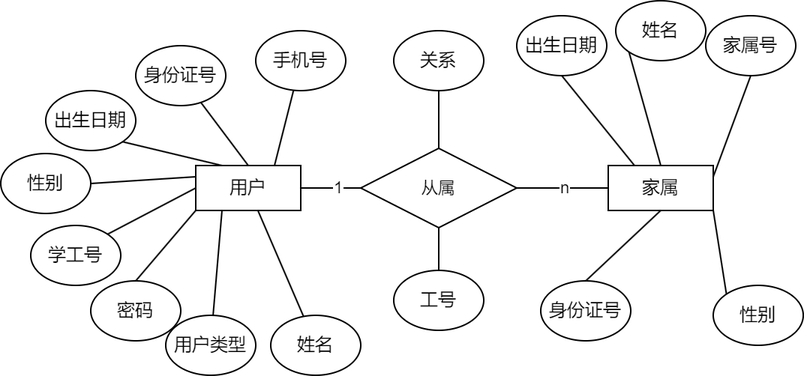
The draw.io diagram docs/系统设计报告/images/dividedER1.png in Meng-XuanYu/Medical_System, before a commit. Source tidied: cells renumbered, new cells last; positions are measured from the earlier drawing's top-left corner, leaving out a move shared by most shapes.
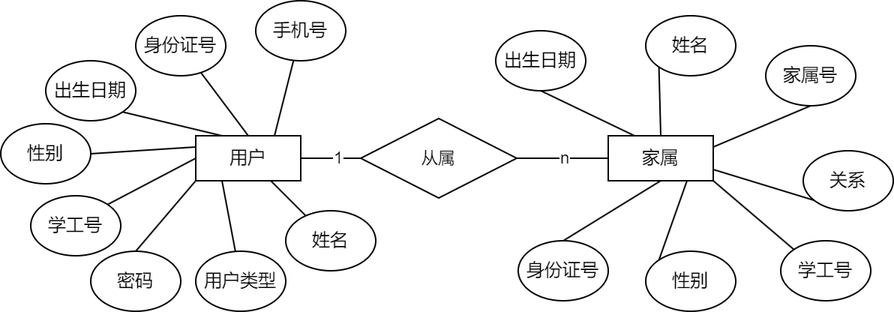
The same file after the commit.

What changed in the source:
```diff
@@ -29,7 +29,7 @@
       <mxGeometry relative="1" as="geometry" />
     </mxCell>
     <mxCell id="10" value="姓名" style="ellipse;whiteSpace=wrap;html=1;" parent="1" vertex="1">
-      <mxGeometry x="180" y="210" width="60" height="40" as="geometry" />
+      <mxGeometry x="190" y="160" width="60" height="40" as="geometry" />
     </mxCell>
     <mxCell id="11" style="shape=connector;rounded=0;jettySize=auto;html=1;exitX=1;exitY=0.5;exitDx=0;exitDy=0;entryX=0;entryY=0.25;entryDx=0;entryDy=0;strokeColor=default;align=center;verticalAlign=middle;fontFamily=Helvetica;fontSize=11;fontColor=default;labelBackgroundColor=default;endArrow=none;endFill=0;" parent="1" edge="1" source="12" target="4">
       <mxGeometry relative="1" as="geometry" />
@@ -53,7 +53,7 @@
       <mxGeometry relative="1" as="geometry" />
     </mxCell>
     <mxCell id="18" value="用户类型" style="ellipse;whiteSpace=wrap;html=1;" parent="1" vertex="1">
-      <mxGeometry x="110" y="210" width="60" height="40" as="geometry" />
+      <mxGeometry x="130" y="187" width="60" height="40" as="geometry" />
     </mxCell>
     <mxCell id="19" style="shape=connector;rounded=0;jettySize=auto;html=1;strokeColor=default;align=center;verticalAlign=middle;fontFamily=Helvetica;fontSize=11;fontColor=default;labelBackgroundColor=default;endArrow=none;endFill=0;entryX=0.75;entryY=0;entryDx=0;entryDy=0;" parent="1" edge="1" source="20" target="4">
       <mxGeometry relative="1" as="geometry" />
@@ -61,6 +61,9 @@
     <mxCell id="20" value="手机号" style="ellipse;whiteSpace=wrap;html=1;strokeColor=default;align=center;verticalAlign=middle;fontFamily=Helvetica;fontSize=12;fontColor=default;fillColor=default;" parent="1" vertex="1">
       <mxGeometry x="170" y="20" width="60" height="40" as="geometry" />
     </mxCell>
+    <mxCell id="39" style="rounded=0;jettySize=auto;html=1;exitX=1;exitY=1;exitDx=0;exitDy=0;entryX=0;entryY=0;entryDx=0;entryDy=0;endArrow=none;endFill=0;" parent="1" edge="1" source="21" target="40">
+      <mxGeometry relative="1" as="geometry" />
+    </mxCell>
     <mxCell id="21" value="家属" style="html=1;dashed=0;whiteSpace=wrap;" parent="1" vertex="1">
       <mxGeometry x="405" y="110" width="70" height="30" as="geometry" />
     </mxCell>
@@ -70,50 +73,47 @@
     <mxCell id="23" value="n" style="edgeLabel;html=1;align=center;verticalAlign=middle;fontFamily=Helvetica;fontSize=11;fontColor=default;labelBackgroundColor=default;" parent="22" vertex="1">
       <mxGeometry y="1" relative="1" as="geometry" />
     </mxCell>
-    <mxCell id="24" style="edgeStyle=none;shape=connector;rounded=0;jettySize=auto;html=1;exitX=0.5;exitY=1;exitDx=0;exitDy=0;entryX=0.5;entryY=0;entryDx=0;entryDy=0;strokeColor=default;align=center;verticalAlign=middle;fontFamily=Helvetica;fontSize=11;fontColor=default;labelBackgroundColor=default;endArrow=none;endFill=0;" parent="1" edge="1" source="25" target="26">
-      <mxGeometry relative="1" as="geometry" />
-    </mxCell>
     <mxCell id="25" value="从属" style="rhombus;whiteSpace=wrap;html=1;fontFamily=Helvetica;fontSize=11;fontColor=default;labelBackgroundColor=default;" parent="1" vertex="1">
       <mxGeometry x="240" y="98.5" width="104" height="53" as="geometry" />
     </mxCell>
-    <mxCell id="26" value="工号" style="ellipse;whiteSpace=wrap;html=1;" parent="1" vertex="1">
-      <mxGeometry x="262" y="180" width="60" height="40" as="geometry" />
-    </mxCell>
-    <mxCell id="27" style="shape=connector;rounded=0;jettySize=auto;html=1;exitX=0;exitY=0;exitDx=0;exitDy=0;entryX=1;entryY=1;entryDx=0;entryDy=0;strokeColor=default;align=center;verticalAlign=middle;fontFamily=Helvetica;fontSize=11;fontColor=default;labelBackgroundColor=default;endArrow=none;endFill=0;" parent="1" edge="1" source="28" target="21">
+    <mxCell id="27" style="shape=connector;rounded=0;jettySize=auto;html=1;exitX=0;exitY=0;exitDx=0;exitDy=0;entryX=0.75;entryY=1;entryDx=0;entryDy=0;strokeColor=default;align=center;verticalAlign=middle;fontFamily=Helvetica;fontSize=11;fontColor=default;labelBackgroundColor=default;endArrow=none;endFill=0;" parent="1" edge="1" source="28" target="21">
       <mxGeometry relative="1" as="geometry" />
     </mxCell>
     <mxCell id="28" value="性别" style="ellipse;whiteSpace=wrap;html=1;" parent="1" vertex="1">
-      <mxGeometry x="475" y="190" width="60" height="40" as="geometry" />
+      <mxGeometry x="430" y="187" width="60" height="40" as="geometry" />
     </mxCell>
     <mxCell id="29" style="shape=connector;rounded=0;jettySize=auto;html=1;exitX=0.5;exitY=1;exitDx=0;exitDy=0;entryX=1;entryY=0.25;entryDx=0;entryDy=0;strokeColor=default;align=center;verticalAlign=middle;fontFamily=Helvetica;fontSize=11;fontColor=default;labelBackgroundColor=default;endArrow=none;endFill=0;" parent="1" edge="1" source="30" target="21">
       <mxGeometry relative="1" as="geometry" />
     </mxCell>
     <mxCell id="30" value="家属号" style="ellipse;whiteSpace=wrap;html=1;" parent="1" vertex="1">
-      <mxGeometry x="470" y="10" width="60" height="40" as="geometry" />
+      <mxGeometry x="510" y="50" width="60" height="40" as="geometry" />
     </mxCell>
     <mxCell id="31" style="shape=connector;rounded=0;jettySize=auto;html=1;exitX=0;exitY=1;exitDx=0;exitDy=0;entryX=0.5;entryY=0;entryDx=0;entryDy=0;strokeColor=default;align=center;verticalAlign=middle;fontFamily=Helvetica;fontSize=11;fontColor=default;labelBackgroundColor=default;endArrow=none;endFill=0;" parent="1" edge="1" source="32" target="21">
       <mxGeometry relative="1" as="geometry" />
     </mxCell>
     <mxCell id="32" value="姓名" style="ellipse;whiteSpace=wrap;html=1;" parent="1" vertex="1">
-      <mxGeometry x="410" width="60" height="40" as="geometry" />
+      <mxGeometry x="430" y="30" width="60" height="40" as="geometry" />
     </mxCell>
     <mxCell id="33" style="shape=connector;rounded=0;jettySize=auto;html=1;exitX=0.5;exitY=0;exitDx=0;exitDy=0;entryX=0.5;entryY=1;entryDx=0;entryDy=0;strokeColor=default;align=center;verticalAlign=middle;fontFamily=Helvetica;fontSize=11;fontColor=default;labelBackgroundColor=default;endArrow=none;endFill=0;" parent="1" edge="1" source="34" target="21">
       <mxGeometry relative="1" as="geometry" />
     </mxCell>
     <mxCell id="34" value="身份证号" style="ellipse;whiteSpace=wrap;html=1;" parent="1" vertex="1">
-      <mxGeometry x="360" y="187" width="60" height="40" as="geometry" />
+      <mxGeometry x="345" y="180" width="60" height="40" as="geometry" />
     </mxCell>
     <mxCell id="35" style="shape=connector;rounded=0;jettySize=auto;html=1;exitX=0.5;exitY=1;exitDx=0;exitDy=0;entryX=0.25;entryY=0;entryDx=0;entryDy=0;strokeColor=default;align=center;verticalAlign=middle;fontFamily=Helvetica;fontSize=11;fontColor=default;labelBackgroundColor=default;endArrow=none;endFill=0;" parent="1" edge="1" source="36" target="21">
       <mxGeometry relative="1" as="geometry" />
     </mxCell>
     <mxCell id="36" value="出生日期" style="ellipse;whiteSpace=wrap;html=1;" parent="1" vertex="1">
-      <mxGeometry x="344" y="10" width="60" height="40" as="geometry" />
+      <mxGeometry x="330" y="40" width="60" height="40" as="geometry" />
     </mxCell>
-    <mxCell id="37" style="edgeStyle=none;shape=connector;rounded=0;jettySize=auto;html=1;exitX=0.5;exitY=1;exitDx=0;exitDy=0;entryX=0.5;entryY=0;entryDx=0;entryDy=0;strokeColor=default;align=center;verticalAlign=middle;fontFamily=Helvetica;fontSize=11;fontColor=default;labelBackgroundColor=default;endArrow=none;endFill=0;" parent="1" edge="1" source="38" target="25">
+    <mxCell id="37" style="edgeStyle=none;shape=connector;rounded=0;jettySize=auto;html=1;exitX=0.5;exitY=1;exitDx=0;exitDy=0;entryX=1;entryY=0.75;entryDx=0;entryDy=0;strokeColor=default;align=center;verticalAlign=middle;fontFamily=Helvetica;fontSize=11;fontColor=default;labelBackgroundColor=default;endArrow=none;endFill=0;" parent="1" edge="1" source="38" target="21">
       <mxGeometry relative="1" as="geometry" />
     </mxCell>
     <mxCell id="38" value="关系" style="ellipse;whiteSpace=wrap;html=1;strokeColor=default;align=center;verticalAlign=middle;fontFamily=Helvetica;fontSize=12;fontColor=default;fillColor=default;labelBackgroundColor=default;" parent="1" vertex="1">
-      <mxGeometry x="262" y="20" width="60" height="40" as="geometry" />
+      <mxGeometry x="535" y="120" width="60" height="40" as="geometry" />
     </mxCell>
+    <mxCell id="40" value="学工号" style="ellipse;whiteSpace=wrap;html=1;" parent="1" vertex="1">
+      <mxGeometry x="520" y="180" width="60" height="40" as="geometry" />
+    </mxCell>
   </root>
 </mxGraphModel>
```
